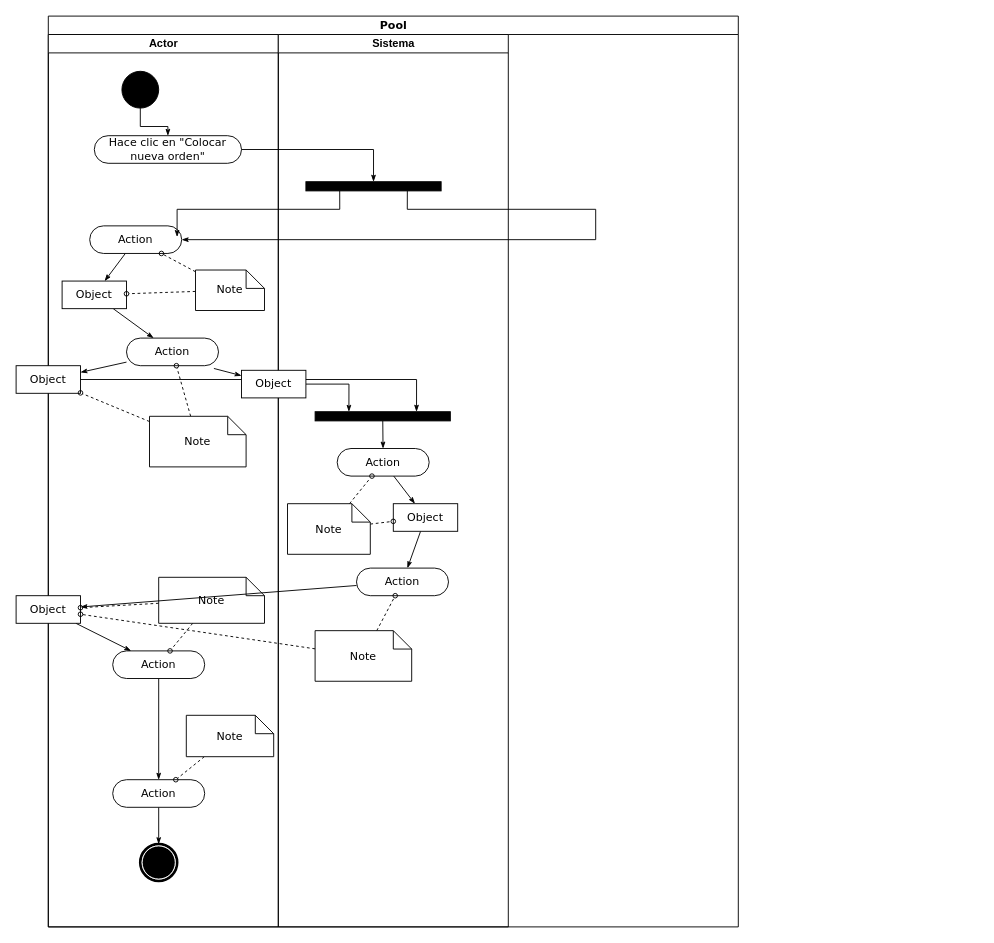
The draw.io diagram Taller diagrama de actividades.drawio in NeutronBlast/IS-Ex, before the edit. Source tidied: cells renumbered, new cells numbered last; positions are measured from the earlier drawing's top-left corner, leaving out a move shared by most shapes. Both pictures are drawn from the tidied source at 92%, with x=0, y=0 at pixel (16, 16).
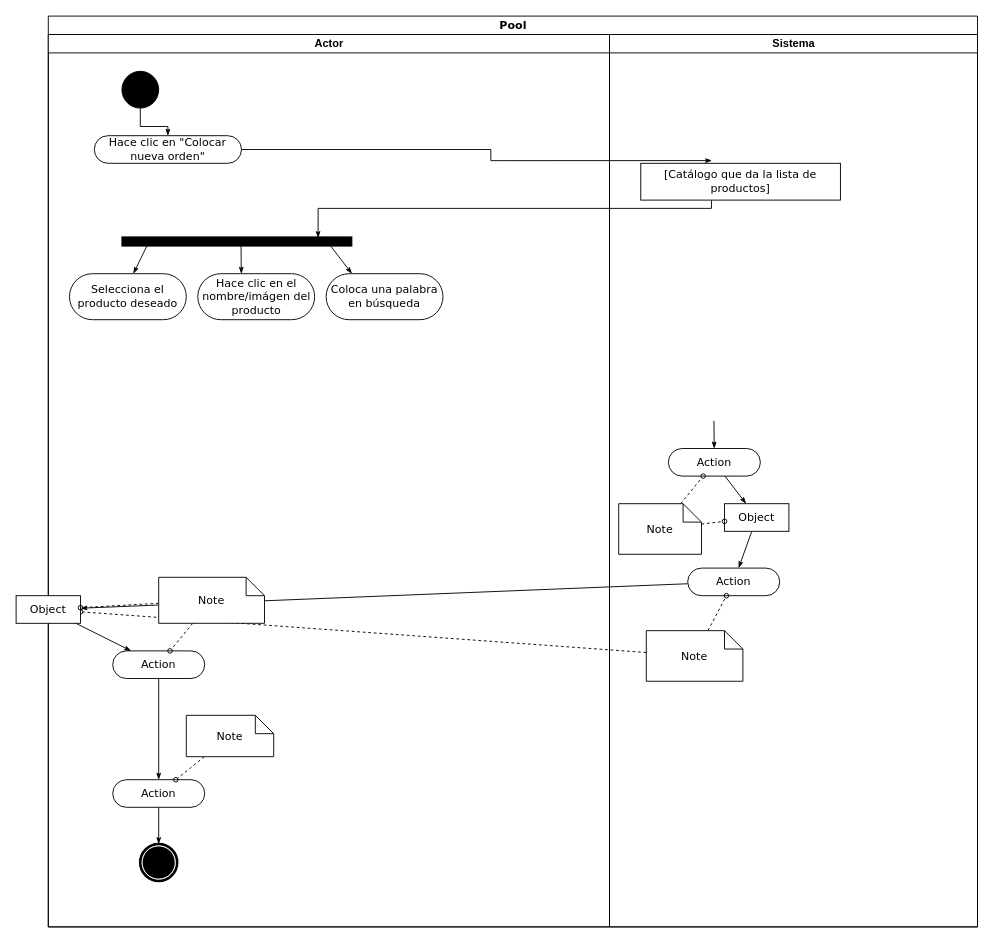
The same page after the edit.

The change refers to these unchanged cells:
```xml
<mxCell id="6" value="Hace clic en &quot;Colocar nueva orden&quot;" style="rounded=1;whiteSpace=wrap;html=1;shadow=0;comic=0;labelBackgroundColor=none;strokeColor=#000000;strokeWidth=1;fillColor=#ffffff;fontFamily=Verdana;fontSize=12;fontColor=#000000;align=center;arcSize=50;" parent="3" vertex="1">
  <mxGeometry x="50" y="110" width="160" height="30" as="geometry" />
</mxCell>
<mxCell id="15" value="Object" style="rounded=0;whiteSpace=wrap;html=1;shadow=0;comic=0;labelBackgroundColor=none;strokeColor=#000000;strokeWidth=1;fillColor=#ffffff;fontFamily=Verdana;fontSize=12;fontColor=#000000;align=center;arcSize=50;" parent="3" vertex="1">
  <mxGeometry x="-35" y="610" width="70" height="30" as="geometry" />
</mxCell>
<mxCell id="42" value="Action" style="rounded=1;whiteSpace=wrap;html=1;shadow=0;comic=0;labelBackgroundColor=none;strokeColor=#000000;strokeWidth=1;fillColor=#ffffff;fontFamily=Verdana;fontSize=12;fontColor=#000000;align=center;arcSize=50;" parent="39" vertex="1">
  <mxGeometry x="64" y="450" width="100" height="30" as="geometry" />
</mxCell>
<mxCell id="49" value="Action" style="rounded=1;whiteSpace=wrap;html=1;shadow=0;comic=0;labelBackgroundColor=none;strokeColor=#000000;strokeWidth=1;fillColor=#ffffff;fontFamily=Verdana;fontSize=12;fontColor=#000000;align=center;arcSize=50;" parent="39" vertex="1">
  <mxGeometry x="85" y="580" width="100" height="30" as="geometry" />
</mxCell>
<mxCell id="54" value="Note" style="shape=note;whiteSpace=wrap;html=1;rounded=0;shadow=0;comic=0;labelBackgroundColor=none;strokeColor=#000000;strokeWidth=1;fillColor=#ffffff;fontFamily=Verdana;fontSize=12;fontColor=#000000;align=center;size=20;" parent="39" vertex="1">
  <mxGeometry x="40" y="648" width="105" height="55" as="geometry" />
</mxCell>
```

The edit, as a diff of the source:
```diff
@@
     <mxCell id="2" value="Pool" style="swimlane;html=1;startSize=20;rounded=0;shadow=0;comic=0;labelBackgroundColor=none;strokeColor=#000000;strokeWidth=1;fillColor=#ffffff;fontFamily=Verdana;fontSize=12;fontColor=#000000;align=center;" parent="1" vertex="1">
-      <mxGeometry x="35" width="750" height="990" as="geometry" />
+      <mxGeometry x="35" width="1010" height="990" as="geometry" />
     </mxCell>
+    <mxCell id="32" style="edgeStyle=orthogonalEdgeStyle;rounded=0;html=1;labelBackgroundColor=none;startArrow=none;startFill=0;startSize=5;endArrow=classicThin;endFill=1;endSize=5;jettySize=auto;strokeColor=#000000;strokeWidth=1;fontFamily=Verdana;fontSize=12;fontColor=#000000;entryX=0.357;entryY=-0.073;entryDx=0;entryDy=0;entryPerimeter=0;" parent="2" edge="1" source="6" target="63">
+      <mxGeometry relative="1" as="geometry">
+        <Array as="points">
+          <mxPoint x="481" y="145" />
+        </Array>
+      </mxGeometry>
+    </mxCell>
+    <mxCell id="37" style="edgeStyle=none;rounded=0;html=1;labelBackgroundColor=none;startArrow=none;startFill=0;startSize=5;endArrow=classicThin;endFill=1;endSize=5;jettySize=auto;strokeColor=#000000;strokeWidth=1;fontFamily=Verdana;fontSize=12;fontColor=#000000;" parent="2" edge="1" source="49" target="15">
+      <mxGeometry relative="1" as="geometry" />
+    </mxCell>
+    <mxCell id="38" style="edgeStyle=none;rounded=0;html=1;dashed=1;labelBackgroundColor=none;startArrow=none;startFill=0;startSize=5;endArrow=oval;endFill=0;endSize=5;jettySize=auto;strokeColor=#000000;strokeWidth=1;fontFamily=Verdana;fontSize=12;fontColor=#000000;" parent="2" edge="1" source="54" target="15">
+      <mxGeometry relative="1" as="geometry" />
+    </mxCell>
+    <mxCell id="55" style="edgeStyle=orthogonalEdgeStyle;rounded=0;html=1;labelBackgroundColor=none;startArrow=none;startFill=0;startSize=5;endArrow=classicThin;endFill=1;endSize=5;jettySize=auto;strokeColor=#000000;strokeWidth=1;fontFamily=Verdana;fontSize=12;fontColor=#000000;exitX=0.354;exitY=1.006;exitDx=0;exitDy=0;exitPerimeter=0;entryX=0.853;entryY=0.124;entryDx=0;entryDy=0;entryPerimeter=0;" parent="2" edge="1" source="63" target="56">
+      <mxGeometry relative="1" as="geometry">
+        <Array as="points">
+          <mxPoint x="480" y="209" />
+          <mxPoint x="181" y="209" />
+        </Array>
+      </mxGeometry>
+    </mxCell>
     <mxCell id="3" value="Actor" style="swimlane;html=1;startSize=20;" parent="2" vertex="1">
-      <mxGeometry y="20" width="250" height="970" as="geometry" />
+      <mxGeometry y="20" width="610" height="970" as="geometry" />
     </mxCell>
@@
-    <mxCell id="7" style="rounded=0;html=1;labelBackgroundColor=none;startArrow=none;startFill=0;startSize=5;endArrow=classicThin;endFill=1;endSize=5;jettySize=auto;strokeColor=#000000;strokeWidth=1;fontFamily=Verdana;fontSize=12;fontColor=#000000;" parent="3" edge="1" source="8" target="12">
-      <mxGeometry relative="1" as="geometry" />
-    </mxCell>
-    <mxCell id="8" value="Action" style="rounded=1;whiteSpace=wrap;html=1;shadow=0;comic=0;labelBackgroundColor=none;strokeColor=#000000;strokeWidth=1;fillColor=#ffffff;fontFamily=Verdana;fontSize=12;fontColor=#000000;align=center;arcSize=50;" parent="3" vertex="1">
-      <mxGeometry x="45" y="208" width="100" height="30" as="geometry" />
-    </mxCell>
-    <mxCell id="9" style="edgeStyle=none;rounded=0;html=1;labelBackgroundColor=none;startArrow=none;startFill=0;startSize=5;endArrow=classicThin;endFill=1;endSize=5;jettySize=auto;strokeColor=#000000;strokeWidth=1;fontFamily=Verdana;fontSize=12;fontColor=#000000;" parent="3" edge="1" source="10" target="13">
-      <mxGeometry relative="1" as="geometry" />
-    </mxCell>
-    <mxCell id="10" value="Action" style="rounded=1;whiteSpace=wrap;html=1;shadow=0;comic=0;labelBackgroundColor=none;strokeColor=#000000;strokeWidth=1;fillColor=#ffffff;fontFamily=Verdana;fontSize=12;fontColor=#000000;align=center;arcSize=50;" parent="3" vertex="1">
-      <mxGeometry x="85" y="330" width="100" height="30" as="geometry" />
-    </mxCell>
-    <mxCell id="11" style="edgeStyle=none;rounded=0;html=1;labelBackgroundColor=none;startArrow=none;startFill=0;startSize=5;endArrow=classicThin;endFill=1;endSize=5;jettySize=auto;strokeColor=#000000;strokeWidth=1;fontFamily=Verdana;fontSize=12;fontColor=#000000;" parent="3" edge="1" source="12" target="10">
-      <mxGeometry relative="1" as="geometry" />
-    </mxCell>
-    <mxCell id="12" value="Object" style="rounded=0;whiteSpace=wrap;html=1;shadow=0;comic=0;labelBackgroundColor=none;strokeColor=#000000;strokeWidth=1;fillColor=#ffffff;fontFamily=Verdana;fontSize=12;fontColor=#000000;align=center;arcSize=50;" parent="3" vertex="1">
-      <mxGeometry x="15" y="268" width="70" height="30" as="geometry" />
-    </mxCell>
-    <mxCell id="13" value="Object" style="rounded=0;whiteSpace=wrap;html=1;shadow=0;comic=0;labelBackgroundColor=none;strokeColor=#000000;strokeWidth=1;fillColor=#ffffff;fontFamily=Verdana;fontSize=12;fontColor=#000000;align=center;arcSize=50;" parent="3" vertex="1">
-      <mxGeometry x="-35" y="360" width="70" height="30" as="geometry" />
-    </mxCell>
@@
-    <mxCell id="21" style="edgeStyle=none;rounded=0;html=1;dashed=1;labelBackgroundColor=none;startArrow=none;startFill=0;startSize=5;endArrow=oval;endFill=0;endSize=5;jettySize=auto;strokeColor=#000000;strokeWidth=1;fontFamily=Verdana;fontSize=12;fontColor=#000000;" parent="3" edge="1" source="23" target="8">
-      <mxGeometry relative="1" as="geometry" />
-    </mxCell>
-    <mxCell id="22" style="edgeStyle=none;rounded=0;html=1;dashed=1;labelBackgroundColor=none;startArrow=none;startFill=0;startSize=5;endArrow=oval;endFill=0;endSize=5;jettySize=auto;strokeColor=#000000;strokeWidth=1;fontFamily=Verdana;fontSize=12;fontColor=#000000;" parent="3" edge="1" source="23" target="12">
-      <mxGeometry relative="1" as="geometry" />
-    </mxCell>
-    <mxCell id="23" value="Note" style="shape=note;whiteSpace=wrap;html=1;rounded=0;shadow=0;comic=0;labelBackgroundColor=none;strokeColor=#000000;strokeWidth=1;fillColor=#ffffff;fontFamily=Verdana;fontSize=12;fontColor=#000000;align=center;size=20;" parent="3" vertex="1">
-      <mxGeometry x="160" y="256" width="75" height="44" as="geometry" />
-    </mxCell>
-    <mxCell id="24" style="edgeStyle=none;rounded=0;html=1;dashed=1;labelBackgroundColor=none;startArrow=none;startFill=0;startSize=5;endArrow=oval;endFill=0;endSize=5;jettySize=auto;strokeColor=#000000;strokeWidth=1;fontFamily=Verdana;fontSize=12;fontColor=#000000;" parent="3" edge="1" source="26" target="10">
-      <mxGeometry relative="1" as="geometry" />
-    </mxCell>
-    <mxCell id="25" style="edgeStyle=none;rounded=0;html=1;dashed=1;labelBackgroundColor=none;startArrow=none;startFill=0;startSize=5;endArrow=oval;endFill=0;endSize=5;jettySize=auto;strokeColor=#000000;strokeWidth=1;fontFamily=Verdana;fontSize=12;fontColor=#000000;" parent="3" edge="1" source="26" target="13">
-      <mxGeometry relative="1" as="geometry" />
-    </mxCell>
-    <mxCell id="26" value="Note" style="shape=note;whiteSpace=wrap;html=1;rounded=0;shadow=0;comic=0;labelBackgroundColor=none;strokeColor=#000000;strokeWidth=1;fillColor=#ffffff;fontFamily=Verdana;fontSize=12;fontColor=#000000;align=center;size=20;" parent="3" vertex="1">
-      <mxGeometry x="110" y="415" width="105" height="55" as="geometry" />
-    </mxCell>
@@
-    <mxCell id="32" style="edgeStyle=orthogonalEdgeStyle;rounded=0;html=1;entryX=0.5;entryY=0;labelBackgroundColor=none;startArrow=none;startFill=0;startSize=5;endArrow=classicThin;endFill=1;endSize=5;jettySize=auto;strokeColor=#000000;strokeWidth=1;fontFamily=Verdana;fontSize=12;fontColor=#000000;" parent="2" edge="1" source="6" target="40">
-      <mxGeometry relative="1" as="geometry">
-        <Array as="points">
-          <mxPoint x="354" y="145" />
-        </Array>
-      </mxGeometry>
-    </mxCell>
-    <mxCell id="33" style="edgeStyle=orthogonalEdgeStyle;rounded=0;html=1;exitX=0.75;exitY=1;labelBackgroundColor=none;startArrow=none;startFill=0;startSize=5;endArrow=classicThin;endFill=1;endSize=5;jettySize=auto;strokeColor=#000000;strokeWidth=1;fontFamily=Verdana;fontSize=12;fontColor=#000000;" parent="2" edge="1" source="40" target="8">
-      <mxGeometry relative="1" as="geometry">
-        <Array as="points">
-          <mxPoint x="390" y="210" />
-          <mxPoint x="595" y="210" />
-        </Array>
-      </mxGeometry>
-    </mxCell>
-    <mxCell id="34" style="edgeStyle=orthogonalEdgeStyle;rounded=0;html=1;exitX=0.25;exitY=1;entryX=0.5;entryY=0;labelBackgroundColor=none;startArrow=none;startFill=0;startSize=5;endArrow=classicThin;endFill=1;endSize=5;jettySize=auto;strokeColor=#000000;strokeWidth=1;fontFamily=Verdana;fontSize=12;fontColor=#000000;" parent="2" edge="1" source="40">
-      <mxGeometry relative="1" as="geometry">
-        <mxPoint x="140" y="240" as="targetPoint" />
-        <Array as="points">
-          <mxPoint x="317" y="210" />
-          <mxPoint x="140" y="210" />
-        </Array>
-      </mxGeometry>
-    </mxCell>
-    <mxCell id="35" style="edgeStyle=orthogonalEdgeStyle;rounded=0;html=1;entryX=0.75;entryY=0;labelBackgroundColor=none;startArrow=none;startFill=0;startSize=5;endArrow=classicThin;endFill=1;endSize=5;jettySize=auto;strokeColor=#000000;strokeWidth=1;fontFamily=Verdana;fontSize=12;fontColor=#000000;" parent="2" edge="1" source="13" target="44">
-      <mxGeometry relative="1" as="geometry" />
-    </mxCell>
-    <mxCell id="36" style="edgeStyle=none;rounded=0;html=1;labelBackgroundColor=none;startArrow=none;startFill=0;startSize=5;endArrow=classicThin;endFill=1;endSize=5;jettySize=auto;strokeColor=#000000;strokeWidth=1;fontFamily=Verdana;fontSize=12;fontColor=#000000;" parent="2" edge="1" target="46">
-      <mxGeometry relative="1" as="geometry">
-        <mxPoint x="180" y="383" as="sourcePoint" />
-      </mxGeometry>
-    </mxCell>
-    <mxCell id="37" style="edgeStyle=none;rounded=0;html=1;labelBackgroundColor=none;startArrow=none;startFill=0;startSize=5;endArrow=classicThin;endFill=1;endSize=5;jettySize=auto;strokeColor=#000000;strokeWidth=1;fontFamily=Verdana;fontSize=12;fontColor=#000000;" parent="2" edge="1" source="49" target="15">
-      <mxGeometry relative="1" as="geometry" />
-    </mxCell>
-    <mxCell id="38" style="edgeStyle=none;rounded=0;html=1;dashed=1;labelBackgroundColor=none;startArrow=none;startFill=0;startSize=5;endArrow=oval;endFill=0;endSize=5;jettySize=auto;strokeColor=#000000;strokeWidth=1;fontFamily=Verdana;fontSize=12;fontColor=#000000;" parent="2" edge="1" source="54" target="15">
-      <mxGeometry relative="1" as="geometry" />
-    </mxCell>
+    <mxCell id="56" style="whiteSpace=wrap;html=1;rounded=0;shadow=0;comic=0;labelBackgroundColor=none;strokeColor=#000000;strokeWidth=1;fillColor=#000000;fontFamily=Verdana;fontSize=12;fontColor=#000000;align=center;rotation=0;" parent="3" vertex="1">
+      <mxGeometry x="80" y="220" width="250" height="10" as="geometry" />
+    </mxCell>
+    <mxCell id="57" style="edgeStyle=none;rounded=0;html=1;labelBackgroundColor=none;startArrow=none;startFill=0;startSize=5;endArrow=classicThin;endFill=1;endSize=5;jettySize=auto;orthogonalLoop=1;strokeColor=#000000;strokeWidth=1;fontFamily=Verdana;fontSize=12;fontColor=#000000;" parent="3" edge="1">
+      <mxGeometry relative="1" as="geometry">
+        <mxPoint x="107.1" y="230" as="sourcePoint" />
+        <mxPoint x="92.5" y="260" as="targetPoint" />
+      </mxGeometry>
+    </mxCell>
+    <mxCell id="58" style="edgeStyle=none;rounded=0;html=1;labelBackgroundColor=none;startArrow=none;startFill=0;startSize=5;endArrow=classicThin;endFill=1;endSize=5;jettySize=auto;orthogonalLoop=1;strokeColor=#000000;strokeWidth=1;fontFamily=Verdana;fontSize=12;fontColor=#000000;" parent="3" edge="1">
+      <mxGeometry relative="1" as="geometry">
+        <mxPoint x="209.5" y="230" as="sourcePoint" />
+        <mxPoint x="209.8" y="260" as="targetPoint" />
+      </mxGeometry>
+    </mxCell>
+    <mxCell id="59" style="edgeStyle=none;rounded=0;html=1;labelBackgroundColor=none;startArrow=none;startFill=0;startSize=5;endArrow=classicThin;endFill=1;endSize=5;jettySize=auto;orthogonalLoop=1;strokeColor=#000000;strokeWidth=1;fontFamily=Verdana;fontSize=12;fontColor=#000000;" parent="3" edge="1">
+      <mxGeometry relative="1" as="geometry">
+        <mxPoint x="307" y="230" as="sourcePoint" />
+        <mxPoint x="330" y="260" as="targetPoint" />
+      </mxGeometry>
+    </mxCell>
+    <mxCell id="60" value="Selecciona el producto deseado" style="rounded=1;whiteSpace=wrap;html=1;shadow=0;comic=0;labelBackgroundColor=none;strokeColor=#000000;strokeWidth=1;fillColor=#ffffff;fontFamily=Verdana;fontSize=12;fontColor=#000000;align=center;arcSize=50;" parent="3" vertex="1">
+      <mxGeometry x="23" y="260" width="127" height="50" as="geometry" />
+    </mxCell>
+    <mxCell id="61" value="Hace clic en el nombre/imágen del producto" style="rounded=1;whiteSpace=wrap;html=1;shadow=0;comic=0;labelBackgroundColor=none;strokeColor=#000000;strokeWidth=1;fillColor=#ffffff;fontFamily=Verdana;fontSize=12;fontColor=#000000;align=center;arcSize=50;" parent="3" vertex="1">
+      <mxGeometry x="162.5" y="260" width="127" height="50" as="geometry" />
+    </mxCell>
+    <mxCell id="62" value="Coloca una palabra en búsqueda" style="rounded=1;whiteSpace=wrap;html=1;shadow=0;comic=0;labelBackgroundColor=none;strokeColor=#000000;strokeWidth=1;fillColor=#ffffff;fontFamily=Verdana;fontSize=12;fontColor=#000000;align=center;arcSize=50;" parent="3" vertex="1">
+      <mxGeometry x="302" y="260" width="127" height="50" as="geometry" />
+    </mxCell>
     <mxCell id="39" value="Sistema&lt;br&gt;" style="swimlane;html=1;startSize=20;" parent="2" vertex="1">
-      <mxGeometry x="250" y="20" width="250" height="970" as="geometry" />
+      <mxGeometry x="610" y="20" width="400" height="970" as="geometry" />
     </mxCell>
-    <mxCell id="40" style="whiteSpace=wrap;html=1;rounded=0;shadow=0;comic=0;labelBackgroundColor=none;strokeColor=#000000;strokeWidth=1;fillColor=#000000;fontFamily=Verdana;fontSize=12;fontColor=#000000;align=center;rotation=0;" parent="39" vertex="1">
-      <mxGeometry x="30" y="160" width="147" height="10" as="geometry" />
-    </mxCell>
@@
-    <mxCell id="43" style="edgeStyle=none;rounded=0;html=1;labelBackgroundColor=none;startArrow=none;startFill=0;startSize=5;endArrow=classicThin;endFill=1;endSize=5;jettySize=auto;strokeColor=#000000;strokeWidth=1;fontFamily=Verdana;fontSize=12;fontColor=#000000;" parent="39" edge="1" source="44" target="42">
-      <mxGeometry relative="1" as="geometry" />
+    <mxCell id="43" style="edgeStyle=none;rounded=0;html=1;labelBackgroundColor=none;startArrow=none;startFill=0;startSize=5;endArrow=classicThin;endFill=1;endSize=5;jettySize=auto;strokeColor=#000000;strokeWidth=1;fontFamily=Verdana;fontSize=12;fontColor=#000000;" parent="39" edge="1" target="42">
+      <mxGeometry relative="1" as="geometry">
+        <mxPoint x="113.5" y="420" as="sourcePoint" />
+      </mxGeometry>
     </mxCell>
-    <mxCell id="44" style="whiteSpace=wrap;html=1;rounded=0;shadow=0;comic=0;labelBackgroundColor=none;strokeColor=#000000;strokeWidth=1;fillColor=#000000;fontFamily=Verdana;fontSize=12;fontColor=#000000;align=center;rotation=0;" parent="39" vertex="1">
-      <mxGeometry x="40" y="410" width="147" height="10" as="geometry" />
-    </mxCell>
-    <mxCell id="45" style="edgeStyle=orthogonalEdgeStyle;rounded=0;html=1;entryX=0.25;entryY=0;labelBackgroundColor=none;startArrow=none;startFill=0;startSize=5;endArrow=classicThin;endFill=1;endSize=5;jettySize=auto;strokeColor=#000000;strokeWidth=1;fontFamily=Verdana;fontSize=12;fontColor=#000000;" parent="39" edge="1" source="46" target="44">
-      <mxGeometry relative="1" as="geometry" />
-    </mxCell>
-    <mxCell id="46" value="Object" style="rounded=0;whiteSpace=wrap;html=1;shadow=0;comic=0;labelBackgroundColor=none;strokeColor=#000000;strokeWidth=1;fillColor=#ffffff;fontFamily=Verdana;fontSize=12;fontColor=#000000;align=center;arcSize=50;" parent="39" vertex="1">
-      <mxGeometry x="-40" y="365" width="70" height="30" as="geometry" />
-    </mxCell>
@@
+    <mxCell id="63" value="[Catálogo que da la lista de productos]" style="rounded=0;whiteSpace=wrap;html=1;shadow=0;comic=0;labelBackgroundColor=none;strokeColor=#000000;strokeWidth=1;fillColor=#ffffff;fontFamily=Verdana;fontSize=12;fontColor=#000000;align=center;arcSize=50;" parent="39" vertex="1">
+      <mxGeometry x="34" y="140" width="217" height="40" as="geometry" />
+    </mxCell>
```
